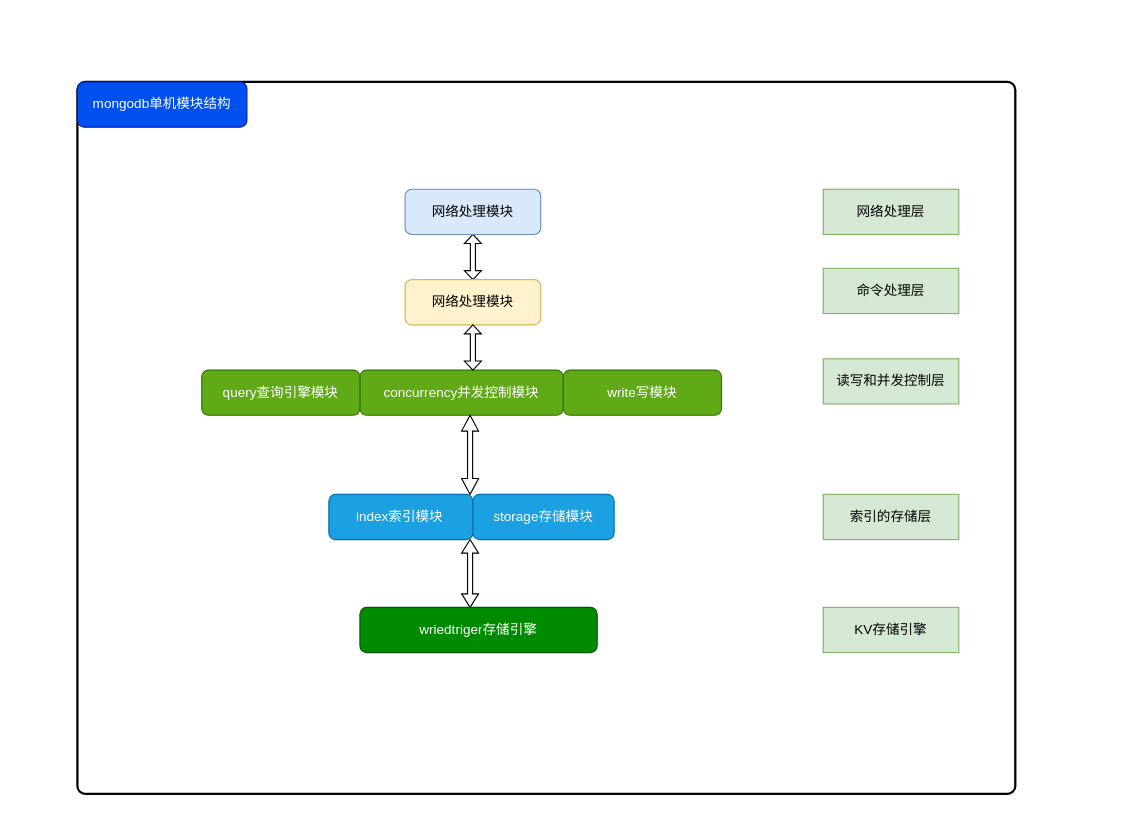
Before: img/mongo软件结构.drawio in 15615639083/15615639083.github.io, a draw.io diagram. Source tidied: cells renumbered, new cells numbered last; positions are measured from the earlier drawing's top-left corner, leaving out a move shared by most shapes. Both pictures are drawn from the tidied source at 113%, with x=0, y=0 at pixel (77, 81).
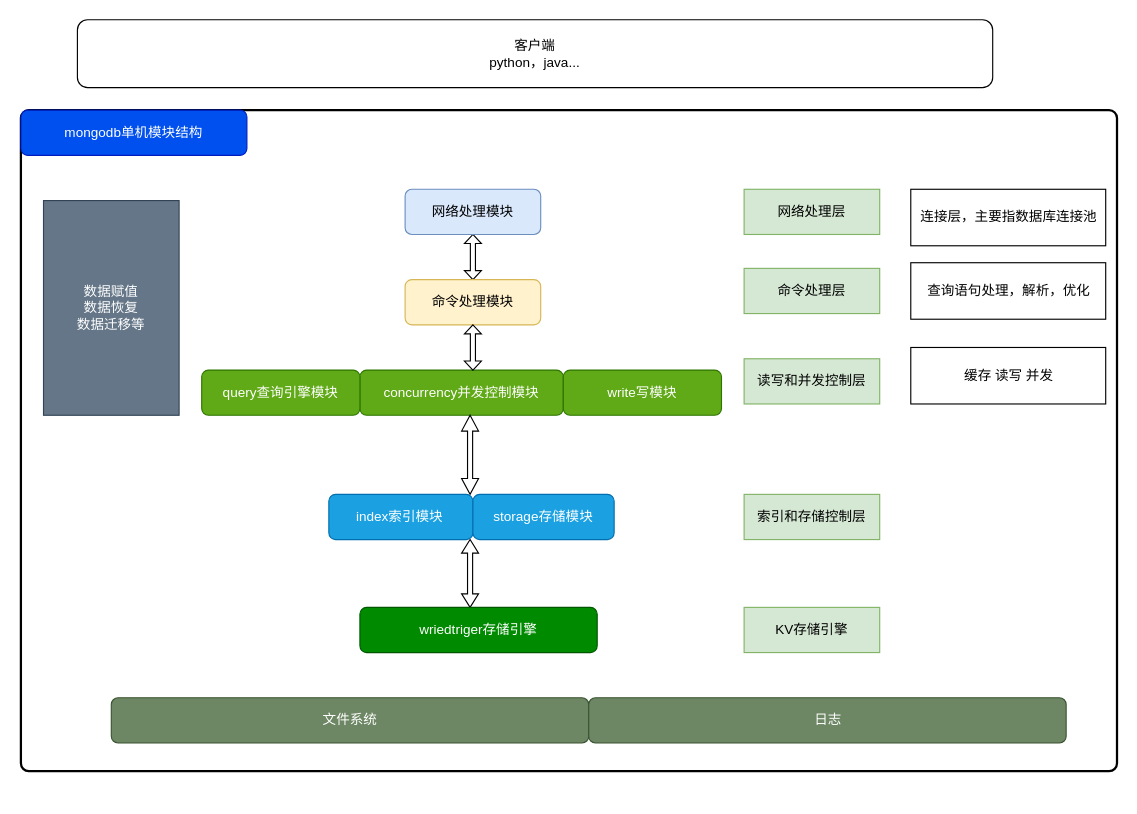
After the change.

Commit message (it also covers changes not shown here):
更新mongo软件结构.drawio

What changed in the source:
```diff
@@
     <mxCell id="2" style="rounded=1;whiteSpace=wrap;html=1;absoluteArcSize=1;arcSize=14;strokeWidth=2;" parent="1" vertex="1">
-      <mxGeometry width="830" height="630" as="geometry" />
+      <mxGeometry x="-50" y="25" width="970" height="585" as="geometry" />
     </mxCell>
     <mxCell id="3" value="网络处理层" style="rounded=0;whiteSpace=wrap;html=1;fillColor=#d5e8d4;strokeColor=#82b366;" parent="1" vertex="1">
-      <mxGeometry x="660" y="95" width="120" height="40" as="geometry" />
+      <mxGeometry x="590" y="95" width="120" height="40" as="geometry" />
     </mxCell>
     <mxCell id="4" value="命令处理层" style="rounded=0;whiteSpace=wrap;html=1;fillColor=#d5e8d4;strokeColor=#82b366;" parent="1" vertex="1">
-      <mxGeometry x="660" y="165" width="120" height="40" as="geometry" />
+      <mxGeometry x="590" y="165" width="120" height="40" as="geometry" />
     </mxCell>
     <mxCell id="5" value="读写和并发控制层" style="rounded=0;whiteSpace=wrap;html=1;fillColor=#d5e8d4;strokeColor=#82b366;" parent="1" vertex="1">
-      <mxGeometry x="660" y="245" width="120" height="40" as="geometry" />
+      <mxGeometry x="590" y="245" width="120" height="40" as="geometry" />
     </mxCell>
-    <mxCell id="6" value="索引的存储层" style="rounded=0;whiteSpace=wrap;html=1;fillColor=#d5e8d4;strokeColor=#82b366;" parent="1" vertex="1">
-      <mxGeometry x="660" y="365" width="120" height="40" as="geometry" />
+    <mxCell id="6" value="索引和存储控制层" style="rounded=0;whiteSpace=wrap;html=1;fillColor=#d5e8d4;strokeColor=#82b366;" parent="1" vertex="1">
+      <mxGeometry x="590" y="365" width="120" height="40" as="geometry" />
     </mxCell>
     <mxCell id="7" value="KV存储引擎" style="rounded=0;whiteSpace=wrap;html=1;fillColor=#d5e8d4;strokeColor=#82b366;" parent="1" vertex="1">
-      <mxGeometry x="660" y="465" width="120" height="40" as="geometry" />
+      <mxGeometry x="590" y="465" width="120" height="40" as="geometry" />
     </mxCell>
@@
-    <mxCell id="10" value="网络处理模块" style="rounded=1;whiteSpace=wrap;html=1;fillColor=#fff2cc;strokeColor=#d6b656;" parent="1" vertex="1">
+    <mxCell id="10" value="命令处理模块" style="rounded=1;whiteSpace=wrap;html=1;fillColor=#fff2cc;strokeColor=#d6b656;" parent="1" vertex="1">
       <mxGeometry x="290" y="175" width="120" height="40" as="geometry" />
     </mxCell>
@@
     <mxCell id="20" value="mongodb单机模块结构" style="rounded=1;whiteSpace=wrap;html=1;fillColor=#0050ef;fontColor=#ffffff;strokeColor=#001DBC;" parent="1" vertex="1">
-      <mxGeometry width="150" height="40" as="geometry" />
+      <mxGeometry x="-50" y="25" width="200" height="40" as="geometry" />
     </mxCell>
+    <mxCell id="21" value="客户端&lt;br&gt;python，java..." style="rounded=1;whiteSpace=wrap;html=1;" parent="1" vertex="1">
+      <mxGeometry y="-55" width="810" height="60" as="geometry" />
+    </mxCell>
+    <mxCell id="22" value="连接层，主要指数据库连接池" style="rounded=0;whiteSpace=wrap;html=1;" parent="1" vertex="1">
+      <mxGeometry x="737.5" y="95" width="172.5" height="50" as="geometry" />
+    </mxCell>
+    <mxCell id="23" value="查询语句处理，解析，优化" style="rounded=0;whiteSpace=wrap;html=1;" parent="1" vertex="1">
+      <mxGeometry x="737.5" y="160" width="172.5" height="50" as="geometry" />
+    </mxCell>
+    <mxCell id="24" value="数据赋值&lt;br&gt;数据恢复&lt;br&gt;数据迁移等" style="rounded=0;whiteSpace=wrap;html=1;fillColor=#647687;fontColor=#ffffff;strokeColor=#314354;" parent="1" vertex="1">
+      <mxGeometry x="-30" y="105" width="120" height="190" as="geometry" />
+    </mxCell>
+    <mxCell id="25" value="文件系统" style="rounded=1;whiteSpace=wrap;html=1;fillColor=#6d8764;fontColor=#ffffff;strokeColor=#3A5431;" parent="1" vertex="1">
+      <mxGeometry x="30" y="545" width="422.5" height="40" as="geometry" />
+    </mxCell>
+    <mxCell id="26" value="日志" style="rounded=1;whiteSpace=wrap;html=1;fillColor=#6d8764;fontColor=#ffffff;strokeColor=#3A5431;" parent="1" vertex="1">
+      <mxGeometry x="452.5" y="545" width="422.5" height="40" as="geometry" />
+    </mxCell>
+    <mxCell id="27" value="缓存 读写 并发" style="rounded=0;whiteSpace=wrap;html=1;" parent="1" vertex="1">
+      <mxGeometry x="737.5" y="235" width="172.5" height="50" as="geometry" />
+    </mxCell>
```
